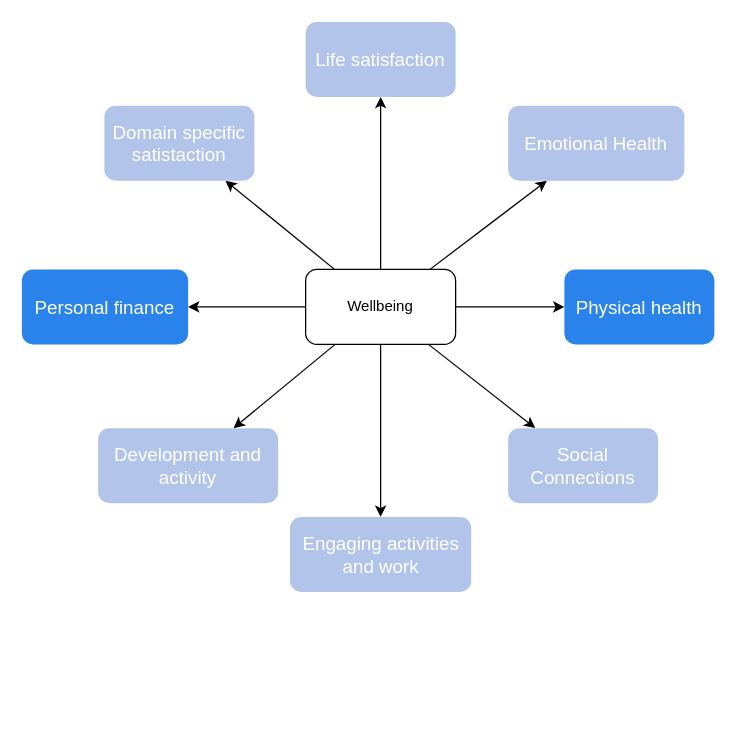
The draw.io diagram page "Wellbeing home" (1 of 4) of Wellbeing.drawio in alfonsograziano/personal-blog, before the edit. Source tidied: cells renumbered, new cells numbered last; positions are measured from the earlier drawing's top-left corner, leaving out a move shared by most shapes. Both pictures are drawn from the tidied source at 125%, with x=0, y=0 at pixel (21, 21).
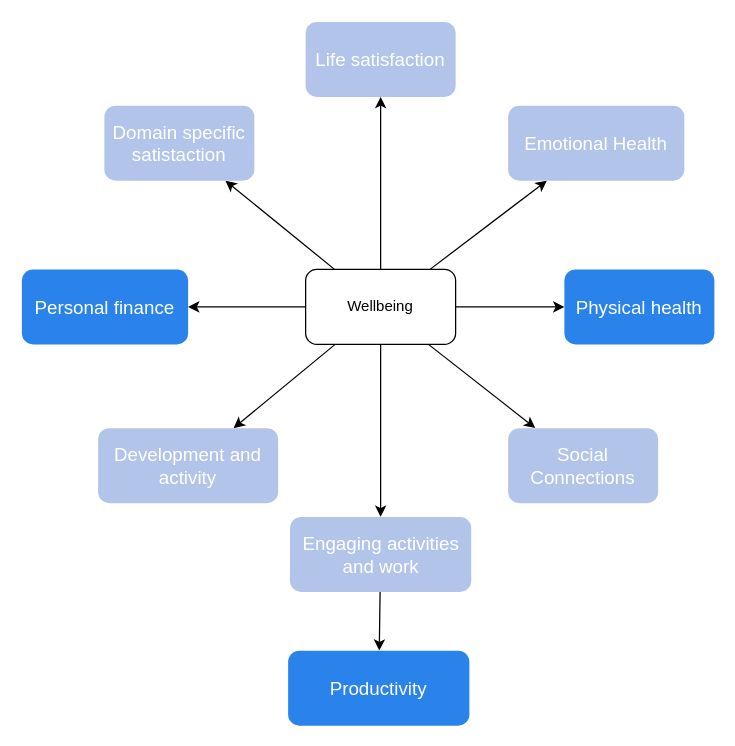
The same diagram, later.

Commit message (it also covers changes not shown here):
Productivity map

The change refers to these unchanged cells:
```xml
<mxCell id="18" value="Engaging activities and work" style="rounded=1;whiteSpace=wrap;html=1;fillColor=#B3C4EB;fontColor=#ffffff;strokeColor=none;fontSize=15;" parent="1" vertex="1">
  <mxGeometry x="214.5" y="396" width="145" height="60" as="geometry" />
</mxCell>
```

The edit, as a diff of the source:
```diff
@@
+    <mxCell id="19" style="edgeStyle=none;rounded=0;jettySize=auto;html=1;" parent="1" edge="1" source="18" target="20">
+      <mxGeometry relative="1" as="geometry" />
+    </mxCell>
@@
+    <mxCell id="20" value="Productivity" style="rounded=1;whiteSpace=wrap;html=1;fillColor=#2a83eb;fontColor=#ffffff;strokeColor=none;fontSize=15;" parent="1" vertex="1">
+      <mxGeometry x="213" y="503" width="145" height="60" as="geometry" />
+    </mxCell>
```
